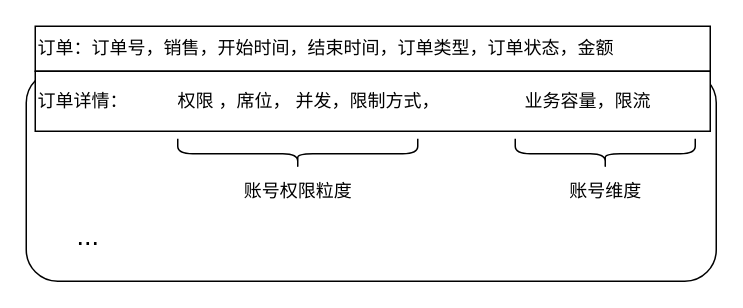
The draw.io diagram Order.drawio in yindongjun/gangzhang.github.io, before the edit. Source tidied: cells renumbered, new cells numbered last; positions are measured from the earlier drawing's top-left corner, leaving out a move shared by most shapes. Both pictures are drawn from the tidied source at 150%, with x=0, y=0 at pixel (26, 26).
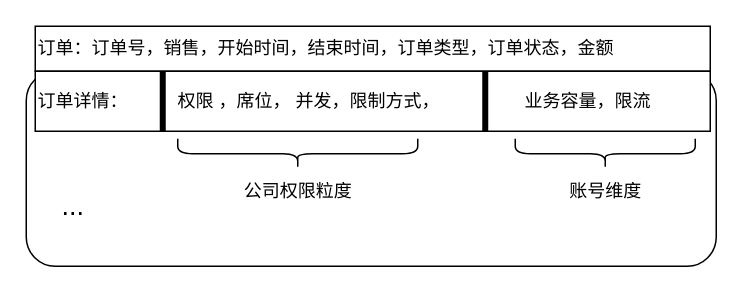
The same page after the edit.

What changed in the source:
```diff
@@
 <mxGraphModel>
   <root>
     <mxCell id="0" />
     <mxCell id="1" parent="0" />
     <mxCell id="2" style="rounded=1;whiteSpace=wrap;html=1;" parent="1" vertex="1">
-      <mxGeometry y="30" width="460" height="140" as="geometry" />
+      <mxGeometry y="30" width="460" height="130" as="geometry" />
     </mxCell>
     <mxCell id="3" value="订单：订单号，销售，开始时间，结束时间，订单类型，订单状态，金额" style="rounded=0;whiteSpace=wrap;html=1;align=left;" parent="1" vertex="1">
       <mxGeometry x="6" width="450" height="30" as="geometry" />
     </mxCell>
     <mxCell id="4" value="订单详情：&amp;nbsp; &amp;nbsp; &amp;nbsp; &amp;nbsp; &amp;nbsp; 权限 ，席位， 并发，限制方式，&amp;nbsp; &amp;nbsp; &amp;nbsp; &amp;nbsp; &amp;nbsp; &amp;nbsp; &amp;nbsp; &amp;nbsp; &amp;nbsp;业务容量，限流" style="rounded=0;whiteSpace=wrap;html=1;align=left;" parent="1" vertex="1">
       <mxGeometry x="6" y="30" width="450" height="40" as="geometry" />
     </mxCell>
     <mxCell id="5" style="shape=curlyBracket;whiteSpace=wrap;html=1;rounded=1;rotation=-90;" parent="1" vertex="1">
       <mxGeometry x="171" y="5" width="20" height="160" as="geometry" />
     </mxCell>
     <mxCell id="6" value="&lt;font style=&quot;font-size: 18px&quot;&gt;...&lt;/font&gt;" style="text;html=1;align=center;verticalAlign=middle;strokeColor=none;" parent="1" vertex="1">
-      <mxGeometry x="26" y="130" width="30" height="20" as="geometry" />
+      <mxGeometry x="16" y="110" width="30" height="20" as="geometry" />
     </mxCell>
-    <mxCell id="7" value="账号权限粒度" style="text;html=1;align=center;verticalAlign=middle;strokeColor=none;" parent="1" vertex="1">
+    <mxCell id="7" value="公司权限粒度" style="text;html=1;align=center;verticalAlign=middle;strokeColor=none;" parent="1" vertex="1">
       <mxGeometry x="136" y="100" width="90" height="20" as="geometry" />
     </mxCell>
     <mxCell id="8" style="shape=curlyBracket;whiteSpace=wrap;html=1;rounded=1;rotation=-90;" parent="1" vertex="1">
       <mxGeometry x="376" y="25" width="20" height="120" as="geometry" />
     </mxCell>
     <mxCell id="9" value="账号维度" style="text;html=1;align=center;verticalAlign=middle;strokeColor=none;" parent="1" vertex="1">
       <mxGeometry x="356" y="100" width="60" height="20" as="geometry" />
     </mxCell>
+    <mxCell id="10" style="line;strokeWidth=4;html=1;perimeter=backbonePerimeter;rotation=90;" parent="1" vertex="1">
+      <mxGeometry x="71" y="45" width="40" height="10" as="geometry" />
+    </mxCell>
+    <mxCell id="11" style="line;strokeWidth=4;html=1;perimeter=backbonePerimeter;rotation=90;" parent="1" vertex="1">
+      <mxGeometry x="286" y="45" width="40" height="10" as="geometry" />
+    </mxCell>
   </root>
 </mxGraphModel>
```
